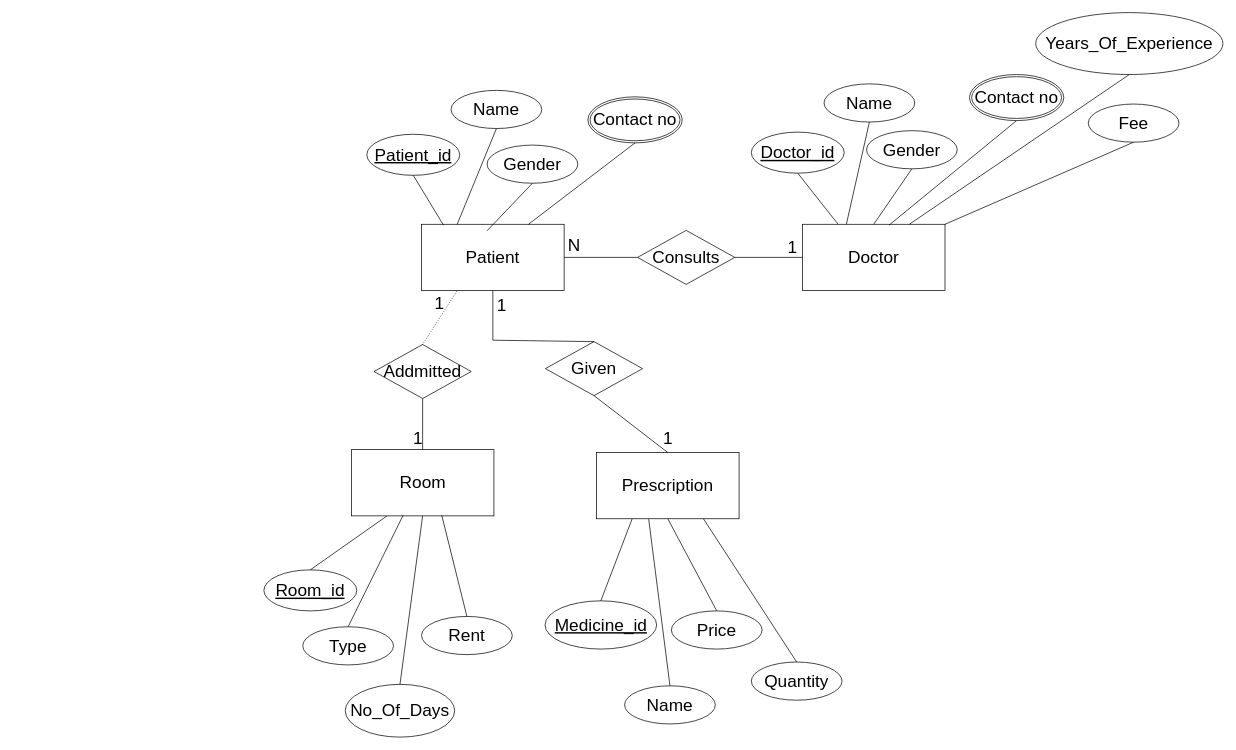
Above: hospital_ER.drawio in fayas1234/HOSPITAL-MANAGEMENT-SYSTEM (draw.io), before the change. Source tidied: cells renumbered, new cells numbered last; positions are measured from the earlier drawing's top-left corner, leaving out a move shared by most shapes. Both pictures are drawn from the tidied source at 72%, with x=0, y=0 at pixel (264, 12).
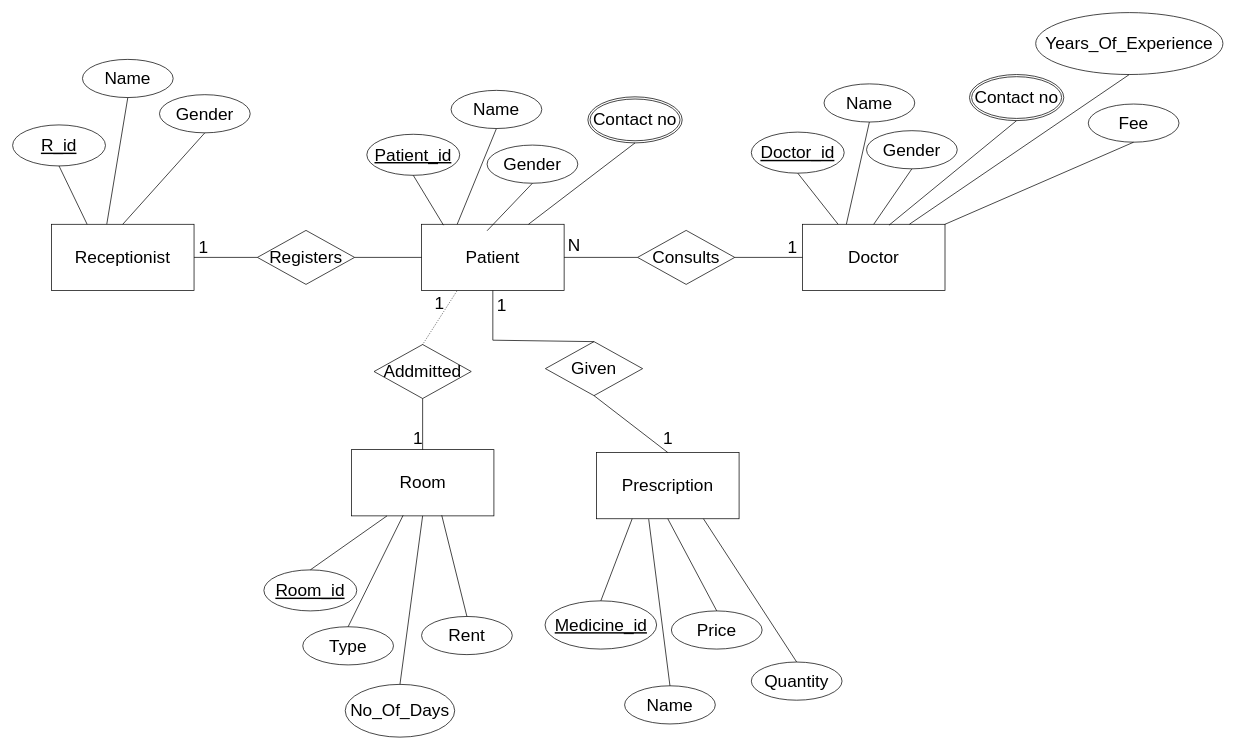
The same diagram, later.

The change refers to these unchanged cells:
```xml
<mxCell id="2" value="&lt;font style=&quot;font-size: 24px;&quot;&gt;Patient&lt;/font&gt;" style="whiteSpace=wrap;html=1;align=center;" parent="1" vertex="1">
  <mxGeometry x="219" y="294" width="198" height="92" as="geometry" />
</mxCell>
```

What changed in the source:
```diff
@@
+    <mxCell id="57" value="&lt;span style=&quot;font-size: 24px;&quot;&gt;Receptionist&lt;/span&gt;" style="whiteSpace=wrap;html=1;align=center;" parent="1" vertex="1">
+      <mxGeometry x="-295" y="294" width="198" height="92" as="geometry" />
+    </mxCell>
+    <mxCell id="58" value="R_id" style="ellipse;whiteSpace=wrap;html=1;align=center;fontStyle=4;fontSize=24;" parent="1" vertex="1">
+      <mxGeometry x="-349" y="156" width="129" height="57" as="geometry" />
+    </mxCell>
+    <mxCell id="59" style="endArrow=none;html=1;rounded=0;fontSize=24;exitX=0.25;exitY=0;exitDx=0;exitDy=0;entryX=0.5;entryY=1;entryDx=0;entryDy=0;" parent="1" edge="1" source="57" target="58">
+      <mxGeometry relative="1" as="geometry" />
+    </mxCell>
+    <mxCell id="60" value="Name" style="ellipse;whiteSpace=wrap;html=1;align=center;fontSize=24;" parent="1" vertex="1">
+      <mxGeometry x="-252" y="65" width="126" height="53" as="geometry" />
+    </mxCell>
+    <mxCell id="61" style="endArrow=none;html=1;rounded=0;fontSize=24;entryX=0.5;entryY=1;entryDx=0;entryDy=0;exitX=0.388;exitY=-0.002;exitDx=0;exitDy=0;exitPerimeter=0;" parent="1" edge="1" source="57" target="60">
+      <mxGeometry relative="1" as="geometry" />
+    </mxCell>
+    <mxCell id="62" value="Gender" style="ellipse;whiteSpace=wrap;html=1;align=center;fontSize=24;" parent="1" vertex="1">
+      <mxGeometry x="-145" y="114" width="126" height="53" as="geometry" />
+    </mxCell>
+    <mxCell id="63" style="endArrow=none;html=1;rounded=0;fontSize=24;entryX=0.5;entryY=1;entryDx=0;entryDy=0;exitX=0.5;exitY=0;exitDx=0;exitDy=0;" parent="1" edge="1" source="57" target="62">
+      <mxGeometry relative="1" as="geometry" />
+    </mxCell>
+    <mxCell id="64" value="Registers" style="shape=rhombus;perimeter=rhombusPerimeter;whiteSpace=wrap;html=1;align=center;fontSize=24;" parent="1" vertex="1">
+      <mxGeometry x="-9" y="302.5" width="135" height="75" as="geometry" />
+    </mxCell>
+    <mxCell id="65" style="endArrow=none;html=1;rounded=0;entryX=1;entryY=0.5;entryDx=0;entryDy=0;exitX=0;exitY=0.5;exitDx=0;exitDy=0;" parent="1" edge="1" source="64" target="57">
+      <mxGeometry relative="1" as="geometry" />
+    </mxCell>
+    <mxCell id="66" value="1" style="html=1;align=right;verticalAlign=bottom;fontSize=24;" parent="1" vertex="1">
+      <mxGeometry x="-77" y="343" as="geometry" />
+    </mxCell>
+    <mxCell id="67" style="endArrow=none;html=1;rounded=0;entryX=1;entryY=0.5;entryDx=0;entryDy=0;exitX=0;exitY=0.5;exitDx=0;exitDy=0;" parent="1" edge="1" source="2" target="64">
+      <mxGeometry relative="1" as="geometry" />
+    </mxCell>
```
